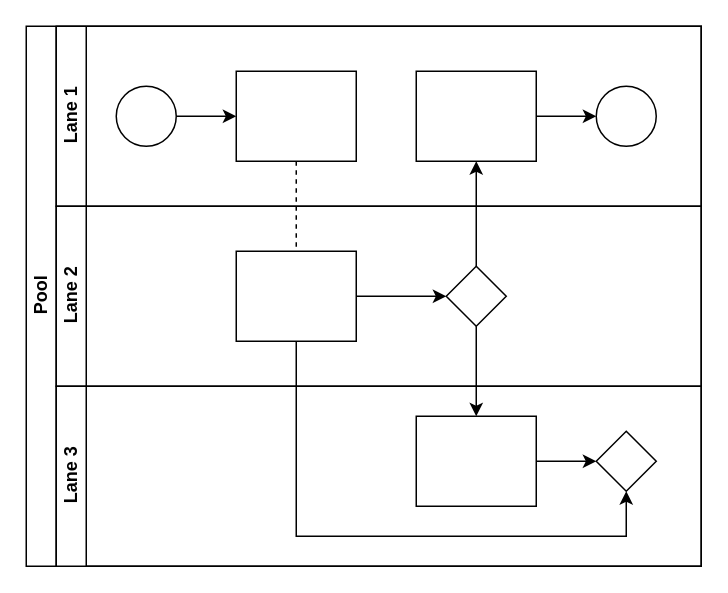
Above: psd服务交互.drawio in hijimo/flow-pics (draw.io), before the change. Source tidied: cells renumbered, new cells numbered last; positions are measured from the earlier drawing's top-left corner, leaving out a move shared by most shapes. Both pictures are drawn from the tidied source at 150%, with x=0, y=0 at pixel (26, 26).
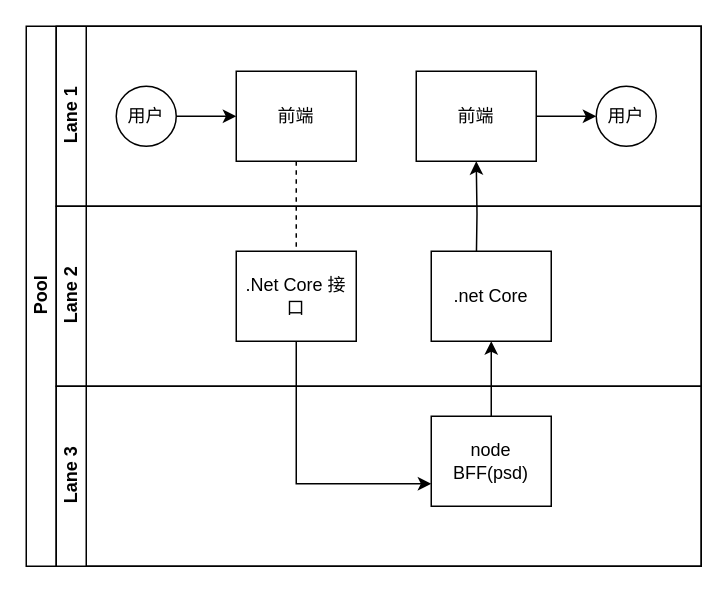
The same page after the edit.

Commit message:
更新psd服务交互.drawio

The change refers to these unchanged cells:
```xml
<mxCell id="2" value="Pool" style="swimlane;html=1;horizontal=0;startSize=20;" parent="1" vertex="1">
  <mxGeometry width="450" height="360" as="geometry" />
</mxCell>
<mxCell id="7" value="Lane 1" style="swimlane;html=1;startSize=20;horizontal=0;" parent="2" vertex="1">
  <mxGeometry x="20" width="430" height="120" as="geometry" />
</mxCell>
<mxCell id="14" value="Lane 2" style="swimlane;html=1;startSize=20;horizontal=0;" parent="2" vertex="1">
  <mxGeometry x="20" y="120" width="430" height="120" as="geometry" />
</mxCell>
<mxCell id="18" value="Lane 3" style="swimlane;html=1;startSize=20;horizontal=0;" parent="2" vertex="1">
  <mxGeometry x="20" y="240" width="430" height="120" as="geometry" />
</mxCell>
```

What changed in the source:
```diff
@@
-    <mxCell id="4" style="edgeStyle=orthogonalEdgeStyle;rounded=0;jettySize=auto;html=1;endArrow=classic;endFill=1;" parent="2" edge="1" source="17" target="12">
-      <mxGeometry relative="1" as="geometry" />
+    <mxCell id="4" style="edgeStyle=orthogonalEdgeStyle;rounded=0;jettySize=auto;html=1;endArrow=classic;endFill=1;" parent="2" edge="1" target="12">
+      <mxGeometry relative="1" as="geometry">
+        <mxPoint x="300" y="160" as="sourcePoint" />
+      </mxGeometry>
     </mxCell>
-    <mxCell id="5" style="edgeStyle=orthogonalEdgeStyle;rounded=0;jettySize=auto;html=1;endArrow=classic;endFill=1;" parent="2" edge="1" source="17" target="20">
-      <mxGeometry relative="1" as="geometry" />
-    </mxCell>
-    <mxCell id="6" style="edgeStyle=orthogonalEdgeStyle;rounded=0;jettySize=auto;html=1;endArrow=classic;endFill=1;" parent="2" edge="1" source="16" target="21">
-      <mxGeometry relative="1" as="geometry">
-        <Array as="points">
-          <mxPoint x="180" y="340" />
-          <mxPoint x="400" y="340" />
-        </Array>
-      </mxGeometry>
-    </mxCell>
@@
-    <mxCell id="9" style="ellipse;whiteSpace=wrap;html=1;" parent="7" vertex="1">
+    <mxCell id="9" value="用户" style="ellipse;whiteSpace=wrap;html=1;" parent="7" vertex="1">
       <mxGeometry x="40" y="40" width="40" height="40" as="geometry" />
     </mxCell>
-    <mxCell id="10" style="rounded=0;whiteSpace=wrap;html=1;fontFamily=Helvetica;fontSize=12;fontColor=#000000;align=center;" parent="7" vertex="1">
+    <mxCell id="10" value="前端" style="rounded=0;whiteSpace=wrap;html=1;fontFamily=Helvetica;fontSize=12;fontColor=#000000;align=center;" parent="7" vertex="1">
       <mxGeometry x="120" y="30" width="80" height="60" as="geometry" />
     </mxCell>
@@
-    <mxCell id="12" style="rounded=0;whiteSpace=wrap;html=1;fontFamily=Helvetica;fontSize=12;fontColor=#000000;align=center;" parent="7" vertex="1">
+    <mxCell id="12" value="前端" style="rounded=0;whiteSpace=wrap;html=1;fontFamily=Helvetica;fontSize=12;fontColor=#000000;align=center;" parent="7" vertex="1">
       <mxGeometry x="240" y="30" width="80" height="60" as="geometry" />
     </mxCell>
-    <mxCell id="13" style="ellipse;whiteSpace=wrap;html=1;" parent="7" vertex="1">
+    <mxCell id="13" value="用户" style="ellipse;whiteSpace=wrap;html=1;" parent="7" vertex="1">
       <mxGeometry x="360" y="40" width="40" height="40" as="geometry" />
     </mxCell>
@@
-    <mxCell id="15" style="edgeStyle=orthogonalEdgeStyle;rounded=0;jettySize=auto;html=1;endArrow=classic;endFill=1;" parent="14" edge="1" source="16" target="17">
-      <mxGeometry relative="1" as="geometry" />
-    </mxCell>
-    <mxCell id="16" style="rounded=0;whiteSpace=wrap;html=1;fontFamily=Helvetica;fontSize=12;fontColor=#000000;align=center;" parent="14" vertex="1">
+    <mxCell id="16" value=".Net Core 接口" style="rounded=0;whiteSpace=wrap;html=1;fontFamily=Helvetica;fontSize=12;fontColor=#000000;align=center;" parent="14" vertex="1">
       <mxGeometry x="120" y="30" width="80" height="60" as="geometry" />
     </mxCell>
-    <mxCell id="17" style="rhombus;whiteSpace=wrap;html=1;fontFamily=Helvetica;fontSize=12;fontColor=#000000;align=center;" parent="14" vertex="1">
-      <mxGeometry x="260" y="40" width="40" height="40" as="geometry" />
-    </mxCell>
+    <mxCell id="22" value=".net Core" style="rounded=0;whiteSpace=wrap;html=1;fontFamily=Helvetica;fontSize=12;fontColor=#000000;align=center;" parent="14" vertex="1">
+      <mxGeometry x="250" y="30" width="80" height="60" as="geometry" />
+    </mxCell>
@@
-    <mxCell id="19" style="edgeStyle=orthogonalEdgeStyle;rounded=0;jettySize=auto;html=1;endArrow=classic;endFill=1;" parent="18" edge="1" source="20" target="21">
-      <mxGeometry relative="1" as="geometry" />
-    </mxCell>
-    <mxCell id="20" style="rounded=0;whiteSpace=wrap;html=1;fontFamily=Helvetica;fontSize=12;fontColor=#000000;align=center;" parent="18" vertex="1">
-      <mxGeometry x="240" y="20" width="80" height="60" as="geometry" />
+    <mxCell id="20" value="node BFF(psd)" style="rounded=0;whiteSpace=wrap;html=1;fontFamily=Helvetica;fontSize=12;fontColor=#000000;align=center;" parent="18" vertex="1">
+      <mxGeometry x="250" y="20" width="80" height="60" as="geometry" />
     </mxCell>
-    <mxCell id="21" style="rhombus;whiteSpace=wrap;html=1;fontFamily=Helvetica;fontSize=12;fontColor=#000000;align=center;" parent="18" vertex="1">
-      <mxGeometry x="360" y="30" width="40" height="40" as="geometry" />
-    </mxCell>
+    <mxCell id="23" style="edgeStyle=orthogonalEdgeStyle;rounded=0;jettySize=auto;html=1;entryX=0;entryY=0.75;entryDx=0;entryDy=0;" parent="2" edge="1" source="16" target="20">
+      <mxGeometry relative="1" as="geometry">
+        <Array as="points">
+          <mxPoint x="180" y="305" />
+        </Array>
+      </mxGeometry>
+    </mxCell>
+    <mxCell id="24" style="edgeStyle=orthogonalEdgeStyle;rounded=0;jettySize=auto;html=1;" parent="2" edge="1" source="20" target="22">
+      <mxGeometry relative="1" as="geometry" />
+    </mxCell>
```
